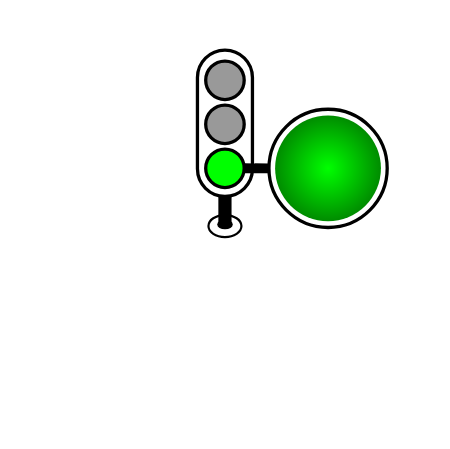
priobike/priobike-flutter-app keeps this draw.io diagram as assets/images/trafficlight-green-countdown.drawio. Above is the earlier version. Source tidied: cells renumbered, new cells numbered last; positions are measured from the earlier drawing's top-left corner, leaving out a move shared by most shapes. Both pictures are drawn from the tidied source at 110%, with x=0, y=0 at pixel (18, 18).
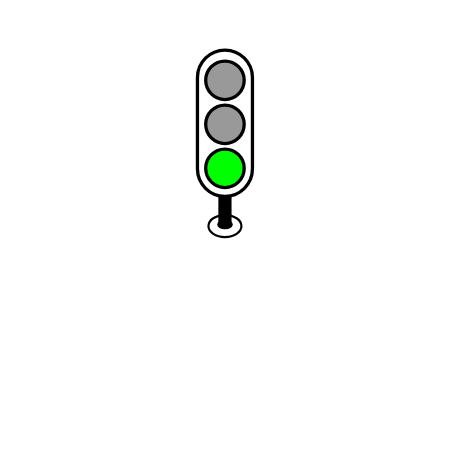
The same diagram, later.

Commit message (it also covers changes not shown here):
Draft new speedometer design with countdown in speedometer

What changed in the source:
```diff
@@
 <mxGraphModel>
   <root>
     <mxCell id="0" />
     <mxCell id="1" parent="0" />
     <mxCell id="2" style="whiteSpace=wrap;html=1;fillColor=none;strokeColor=none;" parent="1" vertex="1">
       <mxGeometry x="0.1" y="-0.4" width="375.8" height="375.8" as="geometry" />
     </mxCell>
     <mxCell id="3" style="rounded=1;whiteSpace=wrap;html=1;perimeterSpacing=0;arcSize=50;strokeWidth=3;" parent="1" vertex="1">
       <mxGeometry x="163" y="29" width="50" height="133" as="geometry" />
     </mxCell>
     <mxCell id="4" style="ellipse;whiteSpace=wrap;html=1;fillColor=#999999;fontColor=#333333;strokeColor=#000000;strokeWidth=3;" parent="1" vertex="1">
       <mxGeometry x="170.5" y="39" width="35" height="35" as="geometry" />
     </mxCell>
     <mxCell id="5" style="ellipse;whiteSpace=wrap;html=1;fillColor=#999999;fontColor=#333333;strokeColor=#000000;strokeWidth=3;" parent="1" vertex="1">
       <mxGeometry x="170.5" y="79" width="35" height="35" as="geometry" />
     </mxCell>
     <mxCell id="6" style="ellipse;whiteSpace=wrap;html=1;fillColor=#00FF00;fontColor=#333333;strokeColor=#000000;strokeWidth=3;shadow=0;" parent="1" vertex="1">
       <mxGeometry x="170.5" y="119" width="35" height="35" as="geometry" />
     </mxCell>
-    <mxCell id="7" style="ellipse;whiteSpace=wrap;html=1;shadow=0;gradientDirection=radial;strokeWidth=3;" parent="1" vertex="1">
-      <mxGeometry x="228" y="82.8" width="107.5" height="107.5" as="geometry" />
-    </mxCell>
-    <mxCell id="8" style="endArrow=none;html=1;rounded=0;strokeWidth=9;" parent="1" edge="1" source="6" target="7">
-      <mxGeometry relative="1" as="geometry" />
-    </mxCell>
-    <mxCell id="9" style="ellipse;whiteSpace=wrap;html=1;shadow=0;fillColor=#00FF00;gradientColor=#008C00;gradientDirection=radial;strokeWidth=3;strokeColor=none;" parent="1" vertex="1">
-      <mxGeometry x="233.6" y="88.4" width="96.2" height="96.2" as="geometry" />
-    </mxCell>
     <mxCell id="10" style="ellipse;whiteSpace=wrap;html=1;strokeWidth=2;" parent="1" vertex="1">
       <mxGeometry x="173" y="179" width="30" height="20" as="geometry" />
     </mxCell>
     <mxCell id="11" style="ellipse;whiteSpace=wrap;html=1;strokeWidth=3;strokeColor=none;fillColor=#000000;" parent="1" vertex="1">
       <mxGeometry x="181" y="183" width="14.1" height="9" as="geometry" />
     </mxCell>
     <mxCell id="12" style="endArrow=none;html=1;rounded=0;exitX=0.5;exitY=1;exitDx=0;exitDy=0;strokeWidth=12;" parent="1" edge="1" source="3">
       <mxGeometry relative="1" as="geometry">
         <mxPoint x="188" y="189" as="targetPoint" />
       </mxGeometry>
     </mxCell>
   </root>
 </mxGraphModel>
```
